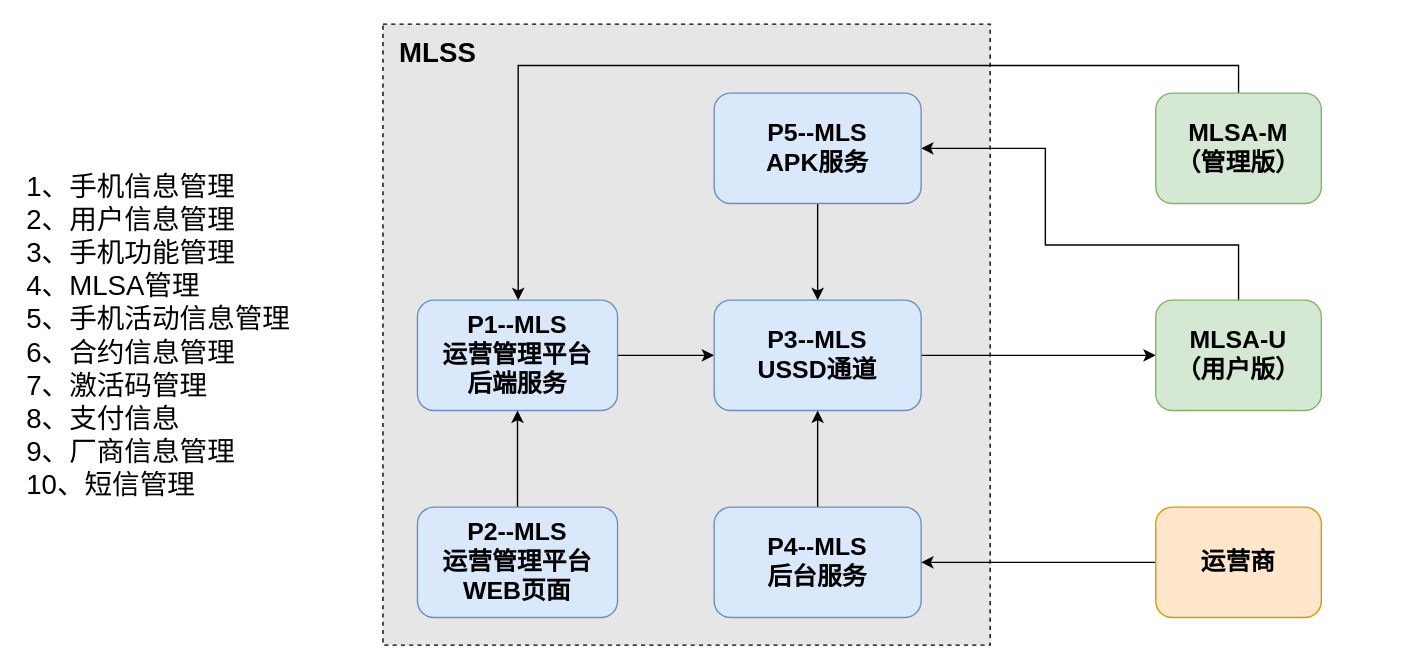
Earlier version of the draw.io diagram MLS.drawio (buff0000/draw.io). Source tidied: cells renumbered, new cells numbered last; positions are measured from the earlier drawing's top-left corner, leaving out a move shared by most shapes. Both pictures are drawn from the tidied source at 138%, with x=0, y=0 at pixel (23, 23).
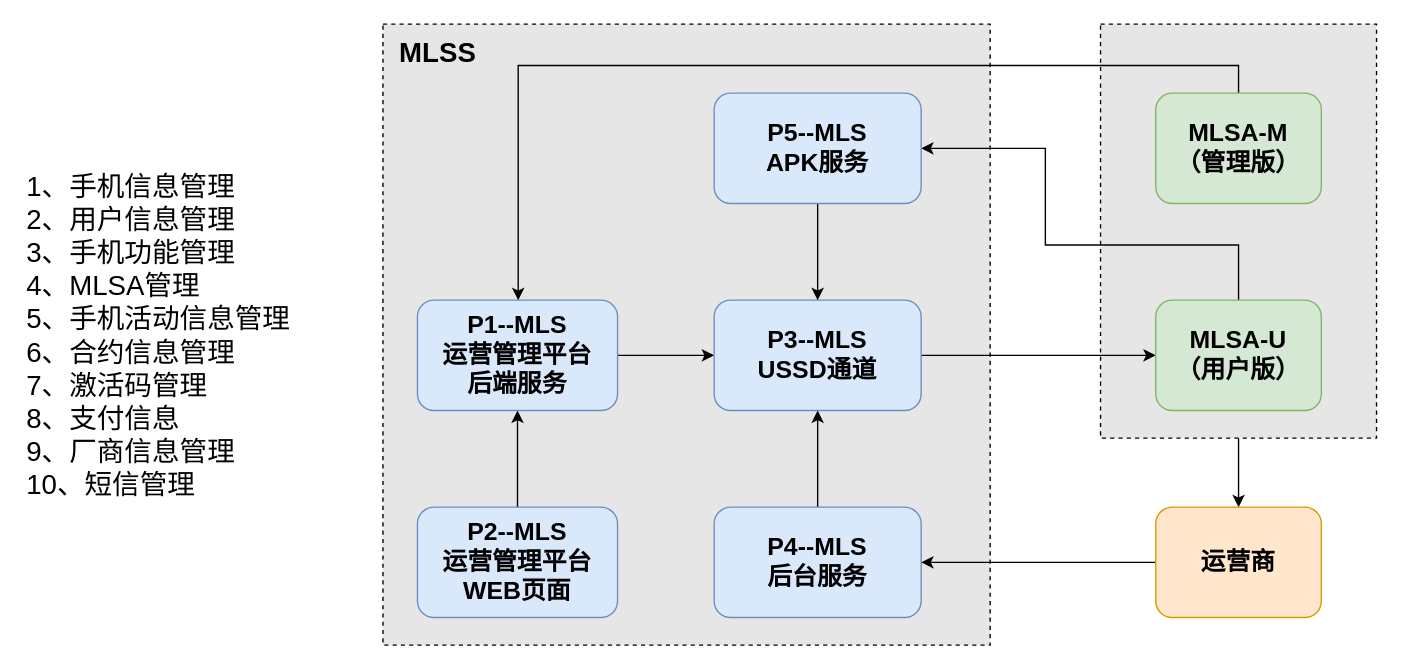
The same diagram, later.

Unchanged cells that the change refers to:
```xml
<mxCell id="4" value="P1--MLS&lt;br style=&quot;font-size: 18px&quot;&gt;运营管理平台&lt;br&gt;后端服务" style="rounded=1;whiteSpace=wrap;html=1;fillColor=#dae8fc;strokeColor=#6c8ebf;fontSize=18;fontStyle=1;" parent="1" vertex="1">
  <mxGeometry x="285" y="200" width="145" height="80" as="geometry" />
</mxCell>
<mxCell id="10" value="运营商" style="rounded=1;whiteSpace=wrap;html=1;fillColor=#ffe6cc;strokeColor=#d79b00;fontSize=18;fontStyle=1;" parent="1" vertex="1">
  <mxGeometry x="820" y="350" width="120" height="80" as="geometry" />
</mxCell>
<mxCell id="20" value="MLSA-M&lt;br&gt;（管理版）" style="rounded=1;whiteSpace=wrap;html=1;fillColor=#d5e8d4;strokeColor=#82b366;fontSize=18;fontStyle=1;" parent="1" vertex="1">
  <mxGeometry x="820" y="50" width="120" height="80" as="geometry" />
</mxCell>
```

Diff of the diagram source:
```diff
@@
+    <mxCell id="21" style="edgeStyle=orthogonalEdgeStyle;rounded=0;jettySize=auto;html=1;exitX=0.5;exitY=1;exitDx=0;exitDy=0;entryX=0.5;entryY=0;entryDx=0;entryDy=0;fontSize=18;" parent="1" edge="1" source="22" target="10">
+      <mxGeometry relative="1" as="geometry" />
+    </mxCell>
+    <mxCell id="22" style="rounded=0;whiteSpace=wrap;html=1;dashed=1;strokeWidth=1;fillColor=#E6E6E6;fontSize=18;align=left;" parent="1" vertex="1">
+      <mxGeometry x="780" width="200" height="300" as="geometry" />
+    </mxCell>
@@
-    <mxCell id="19" style="edgeStyle=orthogonalEdgeStyle;rounded=0;jettySize=auto;html=1;fontSize=18;" parent="1" edge="1" source="20" target="4">
+    <mxCell id="19" style="edgeStyle=orthogonalEdgeStyle;rounded=0;jettySize=auto;html=1;fontSize=18;exitX=0.5;exitY=0;exitDx=0;exitDy=0;" parent="1" edge="1" source="20" target="4">
       <mxGeometry relative="1" as="geometry">
         <Array as="points">
           <mxPoint x="880" y="30" />
           <mxPoint x="358" y="30" />
         </Array>
       </mxGeometry>
     </mxCell>
```
